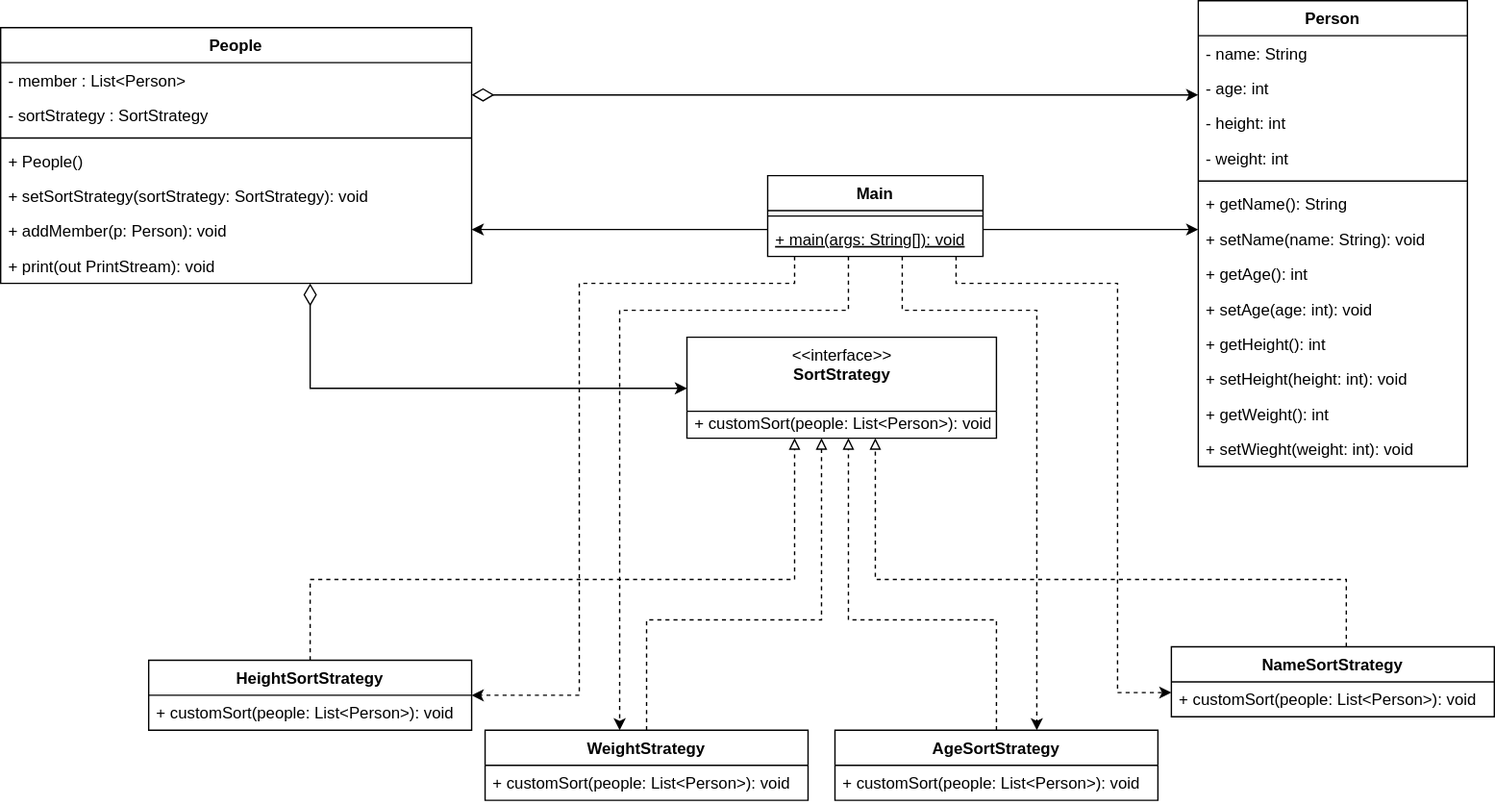
teethat-lsk/SWarc keeps this draw.io diagram as BehaviorDesign02/src/main/java/Behavior02.svg. Above is the earlier version. Source tidied: cells renumbered, new cells last; positions are measured from the earlier drawing's top-left corner, leaving out a move shared by most shapes.
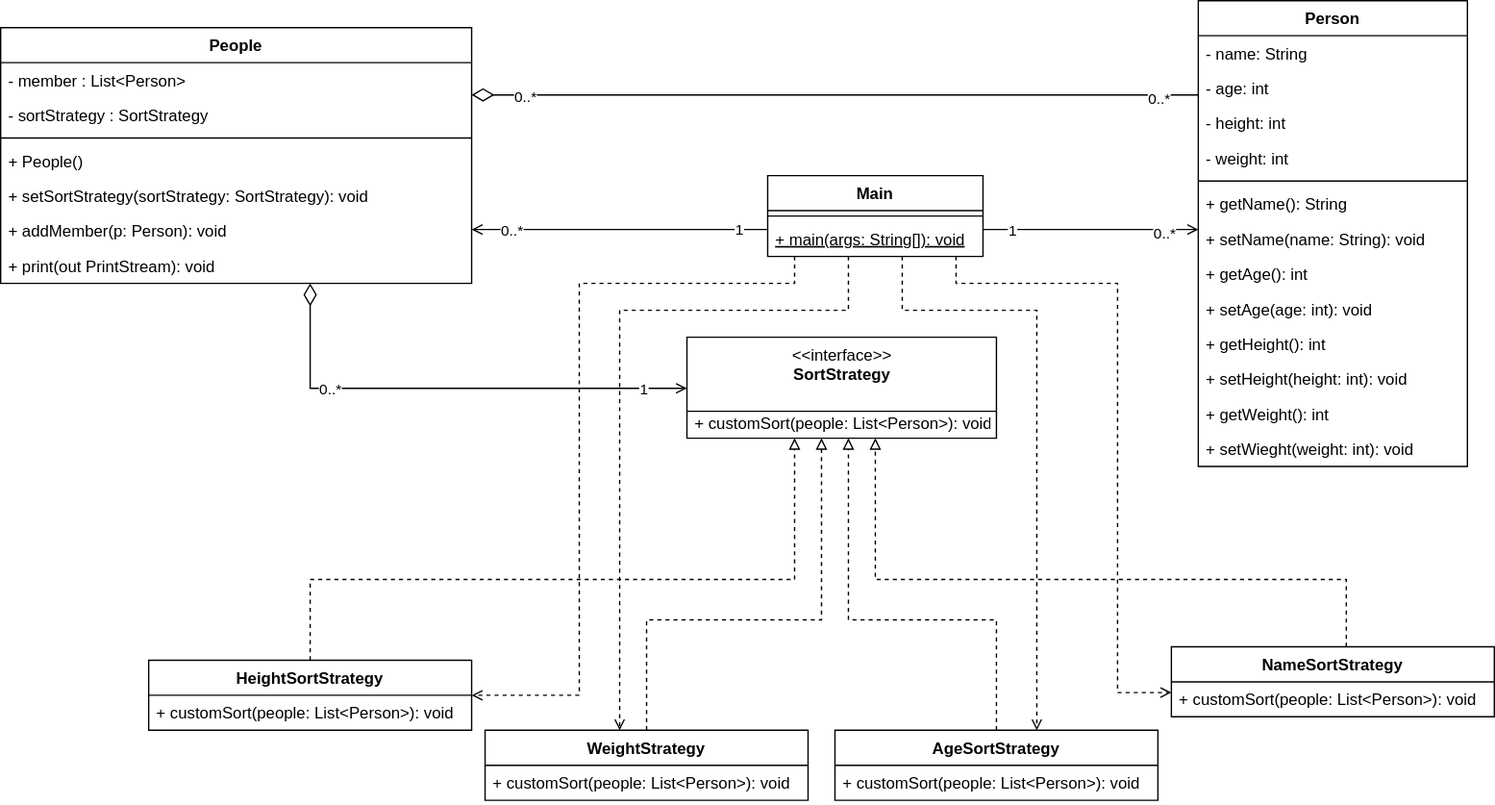
After the commit.

Diff of the diagram source:
```diff
@@ -2,13 +2,19 @@
   <root>
     <mxCell id="0" />
     <mxCell id="1" parent="0" />
-    <mxCell id="2" style="edgeStyle=orthogonalEdgeStyle;rounded=0;jettySize=auto;html=1;startArrow=diamondThin;startFill=0;endArrow=classic;endFill=1;startSize=14;endSize=6;" parent="1" edge="1" source="3" target="29">
+    <mxCell id="2" style="edgeStyle=orthogonalEdgeStyle;rounded=0;jettySize=auto;html=1;startArrow=diamondThin;startFill=0;endArrow=open;endFill=0;startSize=14;endSize=6;" parent="1" edge="1" source="3" target="29">
       <mxGeometry relative="1" as="geometry">
         <Array as="points">
           <mxPoint x="230" y="288" />
         </Array>
       </mxGeometry>
     </mxCell>
+    <mxCell id="49" value="0..*" style="edgeLabel;html=1;align=center;verticalAlign=middle;" parent="2" vertex="1">
+      <mxGeometry x="-0.49" relative="1" as="geometry" />
+    </mxCell>
+    <mxCell id="50" value="1" style="edgeLabel;html=1;align=center;verticalAlign=middle;" parent="2" vertex="1">
+      <mxGeometry x="0.82" relative="1" as="geometry" />
+    </mxCell>
     <mxCell id="3" value="People" style="swimlane;fontStyle=1;align=center;verticalAlign=top;horizontal=1;startSize=26;" parent="1" vertex="1">
       <mxGeometry y="20" width="350" height="190" as="geometry" />
     </mxCell>
@@ -33,7 +39,7 @@
     <mxCell id="10" value="+ print(out PrintStream): void" style="text;strokeColor=none;fillColor=none;align=left;verticalAlign=top;spacingLeft=4;spacingRight=4;overflow=hidden;" parent="3" vertex="1">
       <mxGeometry y="164" width="350" height="26" as="geometry" />
     </mxCell>
-    <mxCell id="11" style="edgeStyle=orthogonalEdgeStyle;rounded=0;jettySize=auto;html=1;startArrow=classic;startFill=1;endSize=14;startSize=6;endArrow=diamondThin;endFill=0;" parent="1" edge="1" source="12" target="3">
+    <mxCell id="11" style="edgeStyle=orthogonalEdgeStyle;rounded=0;jettySize=auto;html=1;startArrow=none;startFill=0;endSize=14;startSize=6;endArrow=diamondThin;endFill=0;" parent="1" edge="1" source="12" target="3">
       <mxGeometry relative="1" as="geometry">
         <Array as="points">
           <mxPoint x="710" y="70" />
@@ -41,6 +47,12 @@
         </Array>
       </mxGeometry>
     </mxCell>
+    <mxCell id="51" value="0..*" style="edgeLabel;html=1;align=center;verticalAlign=middle;" parent="11" vertex="1">
+      <mxGeometry x="0.86" y="1" relative="1" as="geometry" />
+    </mxCell>
+    <mxCell id="52" value="0..*" style="edgeLabel;html=1;align=center;verticalAlign=middle;" parent="11" vertex="1">
+      <mxGeometry x="-0.89" y="2" relative="1" as="geometry" />
+    </mxCell>
     <mxCell id="12" value="Person" style="swimlane;fontStyle=1;align=center;verticalAlign=top;horizontal=1;startSize=26;" parent="1" vertex="1">
       <mxGeometry x="890" width="200" height="346" as="geometry" />
     </mxCell>
@@ -145,7 +157,7 @@
     <mxCell id="39" value="+ customSort(people: List&lt;Person&gt;): void" style="text;strokeColor=none;fillColor=none;align=left;verticalAlign=top;spacingLeft=4;spacingRight=4;overflow=hidden;" parent="38" vertex="1">
       <mxGeometry y="26" width="240" height="26" as="geometry" />
     </mxCell>
-    <mxCell id="40" style="edgeStyle=orthogonalEdgeStyle;rounded=0;jettySize=auto;html=1;" parent="1" edge="1" source="45" target="12">
+    <mxCell id="40" style="edgeStyle=orthogonalEdgeStyle;rounded=0;jettySize=auto;html=1;endArrow=open;endFill=0;" parent="1" edge="1" source="45" target="12">
       <mxGeometry relative="1" as="geometry">
         <Array as="points">
           <mxPoint x="750" y="170" />
@@ -153,7 +165,13 @@
         </Array>
       </mxGeometry>
     </mxCell>
+    <mxCell id="53" value="1" style="edgeLabel;html=1;align=center;verticalAlign=middle;" parent="40" vertex="1">
+      <mxGeometry x="-0.74" relative="1" as="geometry" />
+    </mxCell>
+    <mxCell id="54" value="0..*" style="edgeLabel;html=1;align=center;verticalAlign=middle;" parent="40" vertex="1">
+      <mxGeometry x="0.68" y="-2" relative="1" as="geometry" />
+    </mxCell>
-    <mxCell id="41" style="edgeStyle=orthogonalEdgeStyle;rounded=0;jettySize=auto;html=1;startArrow=none;startFill=0;endArrow=classic;endFill=1;startSize=6;endSize=6;dashed=1;" parent="1" edge="1" source="45" target="35">
+    <mxCell id="41" style="edgeStyle=orthogonalEdgeStyle;rounded=0;jettySize=auto;html=1;startArrow=none;startFill=0;endArrow=open;endFill=0;startSize=6;endSize=6;dashed=1;" parent="1" edge="1" source="45" target="35">
       <mxGeometry relative="1" as="geometry">
         <Array as="points">
           <mxPoint x="590" y="210" />
@@ -162,7 +180,7 @@
         </Array>
       </mxGeometry>
     </mxCell>
-    <mxCell id="42" style="edgeStyle=orthogonalEdgeStyle;rounded=0;jettySize=auto;html=1;dashed=1;startArrow=none;startFill=0;endArrow=classic;endFill=1;startSize=6;endSize=6;" parent="1" edge="1" source="45" target="27">
+    <mxCell id="42" style="edgeStyle=orthogonalEdgeStyle;rounded=0;jettySize=auto;html=1;dashed=1;startArrow=none;startFill=0;endArrow=open;endFill=0;startSize=6;endSize=6;" parent="1" edge="1" source="45" target="27">
       <mxGeometry relative="1" as="geometry">
         <Array as="points">
           <mxPoint x="670" y="230" />
@@ -170,7 +188,7 @@
         </Array>
       </mxGeometry>
     </mxCell>
-    <mxCell id="43" style="edgeStyle=orthogonalEdgeStyle;rounded=0;jettySize=auto;html=1;dashed=1;startArrow=none;startFill=0;endArrow=classic;endFill=1;startSize=6;endSize=6;" parent="1" edge="1" source="45" target="32">
+    <mxCell id="43" style="edgeStyle=orthogonalEdgeStyle;rounded=0;jettySize=auto;html=1;dashed=1;startArrow=none;startFill=0;endArrow=open;endFill=0;startSize=6;endSize=6;" parent="1" edge="1" source="45" target="32">
       <mxGeometry relative="1" as="geometry">
         <Array as="points">
           <mxPoint x="630" y="230" />
@@ -178,7 +196,7 @@
         </Array>
       </mxGeometry>
     </mxCell>
-    <mxCell id="44" style="edgeStyle=orthogonalEdgeStyle;rounded=0;jettySize=auto;html=1;dashed=1;startArrow=none;startFill=0;endArrow=classic;endFill=1;startSize=14;endSize=6;" parent="1" edge="1" source="45" target="38">
+    <mxCell id="44" style="edgeStyle=orthogonalEdgeStyle;rounded=0;jettySize=auto;html=1;dashed=1;startArrow=none;startFill=0;endArrow=open;endFill=0;startSize=14;endSize=6;" parent="1" edge="1" source="45" target="38">
       <mxGeometry relative="1" as="geometry">
         <Array as="points">
           <mxPoint x="710" y="210" />
@@ -196,7 +214,7 @@
     <mxCell id="47" value="+ main(args: String[]): void" style="text;strokeColor=none;fillColor=none;align=left;verticalAlign=top;spacingLeft=4;spacingRight=4;overflow=hidden;points=[[0,0.5],[1,0.5]];portConstraint=eastwest;fontStyle=4;" parent="45" vertex="1">
       <mxGeometry y="34" width="160" height="26" as="geometry" />
     </mxCell>
-    <mxCell id="48" style="edgeStyle=orthogonalEdgeStyle;rounded=0;jettySize=auto;html=1;startArrow=none;startFill=0;endArrow=classic;endFill=1;startSize=6;endSize=6;" parent="1" edge="1" source="47" target="3">
+    <mxCell id="48" style="edgeStyle=orthogonalEdgeStyle;rounded=0;jettySize=auto;html=1;startArrow=none;startFill=0;endArrow=open;endFill=0;startSize=6;endSize=6;" parent="1" edge="1" source="47" target="3">
       <mxGeometry relative="1" as="geometry">
         <Array as="points">
           <mxPoint x="520" y="170" />
@@ -204,5 +222,11 @@
         </Array>
       </mxGeometry>
     </mxCell>
+    <mxCell id="55" value="1" style="edgeLabel;html=1;align=center;verticalAlign=middle;" parent="48" vertex="1">
+      <mxGeometry x="-0.8" y="-1" relative="1" as="geometry" />
+    </mxCell>
+    <mxCell id="56" value="0..*" style="edgeLabel;html=1;align=center;verticalAlign=middle;" parent="48" vertex="1">
+      <mxGeometry x="0.74" relative="1" as="geometry" />
+    </mxCell>
   </root>
 </mxGraphModel>
```
